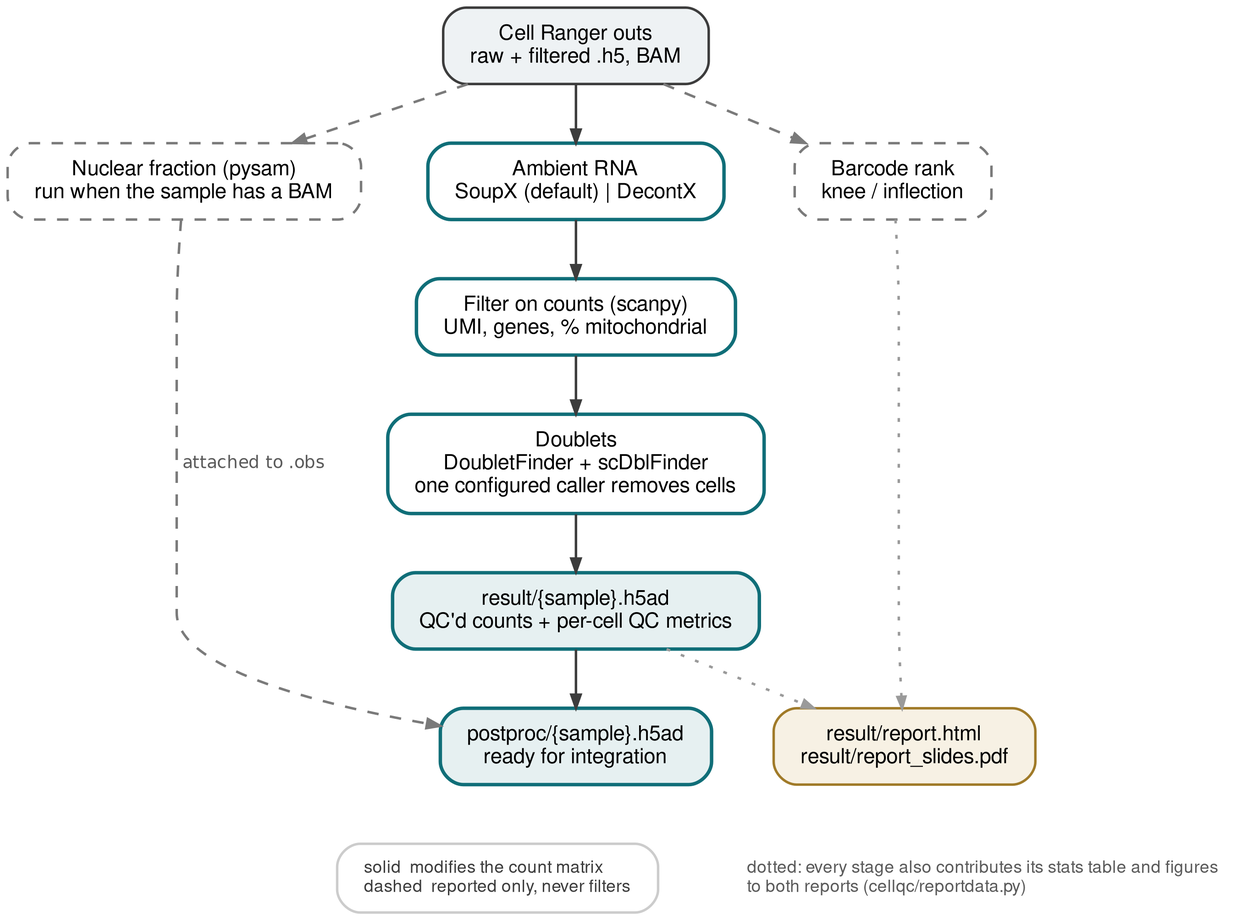
This is docs/workflow.png from lijinbio/cellqc, a Graphviz export, as it was before one commit. Its source is kept beside it as docs/workflow.dot. Source of this version:
```dot
/* cellqc v0.2.0 pipeline overview -- source for docs/workflow.png.
 *
 * Regenerate with docs/make_figures.sh (or: dot -Tpng -Gdpi=300 docs/workflow.dot
 * -o docs/workflow.png). Keeping the source in the repo is why the v0.1.0
 * diagram could go stale for a whole release: it existed only as a PNG.
 *
 * The one distinction the diagram has to carry is which steps touch the counts.
 * Solid = the count matrix is modified. Dashed = computed and reported, never
 * used to drop a cell.
 */
digraph cellqc {
	graph [bgcolor=white, rankdir=TB, nodesep=0.45, ranksep=0.40, fontname="Helvetica"];
	node [shape=box, style="rounded,filled", fillcolor="#ffffff", color="#3c3c3c",
		fontname="Helvetica", fontsize=11, penwidth=1.3, margin="0.20,0.11"];
	edge [color="#3c3c3c", penwidth=1.3, arrowsize=0.7];

	cr [label="Cell Ranger outs\nraw + filtered .h5, BAM", fillcolor="#eef2f4"];

	/* Counts path: each of these rewrites the matrix. */
	ambient [label="Ambient RNA\nSoupX (default) | DecontX", color="#106e78", penwidth=1.8];
	filter  [label="Filter on counts (scanpy)\nUMI, genes, % mitochondrial", color="#106e78", penwidth=1.8];
	doublet [label="Doublets\nDoubletFinder + scDblFinder\none configured caller removes cells",
		color="#106e78", penwidth=1.8];
	result  [label="result/{sample}.h5ad\nQC'd counts + per-cell QC metrics",
		fillcolor="#e6f0f1", color="#106e78", penwidth=1.8];
	post    [label="postproc/{sample}.h5ad\nready for integration",
		fillcolor="#e6f0f1", color="#106e78", penwidth=1.8];

	/* Diagnostics: reported, never applied. */
	knee [label="Barcode rank\nknee / inflection",
		style="rounded,dashed,filled", color="#7a7a7a"];
	nf   [label="Nuclear fraction (pysam)\nrun when the sample has a BAM",
		style="rounded,dashed,filled", color="#7a7a7a"];

	reports [label="result/report.html\nresult/report_slides.pdf",
		fillcolor="#f7f1e4", color="#a07a28"];

	/* Main chain, weighted so it stays a straight vertical spine. */
	cr -> ambient [weight=10];
	ambient -> filter [weight=10];
	filter -> doublet [weight=10];
	doublet -> result [weight=10];
	result -> post [weight=10];

	cr -> knee [style=dashed, color="#7a7a7a"];
	cr -> nf   [style=dashed, color="#7a7a7a"];
	nf -> post [style=dashed, color="#7a7a7a", label=" attached to .obs",
		fontsize=9, fontcolor="#5a5a5a"];

	/* Both reports are built from one collected set of stats, so the HTML and
	 * the slides cannot describe different runs. */
	result -> reports [style=dotted, color="#9a9a9a", arrowsize=0.6];
	knee   -> reports [style=dotted, color="#9a9a9a", arrowsize=0.6];

	note [shape=plaintext, style="", fontsize=9, fontcolor="#5a5a5a",
		label="dotted: every stage also contributes its stats table and figures\lto both reports (cellqc/reportdata.py)\l"];
	reports -> note [style=invis];

	legend [shape=box, style="rounded", color="#cccccc", fontsize=9, fontcolor="#3c3c3c",
		label="solid  modifies the count matrix\ldashed  reported only, never filters\l"];
	post -> legend [style=invis];

	{ rank=same; knee; ambient; nf; }
	{ rank=same; post; reports; }
	{ rank=same; legend; note; }
}
```
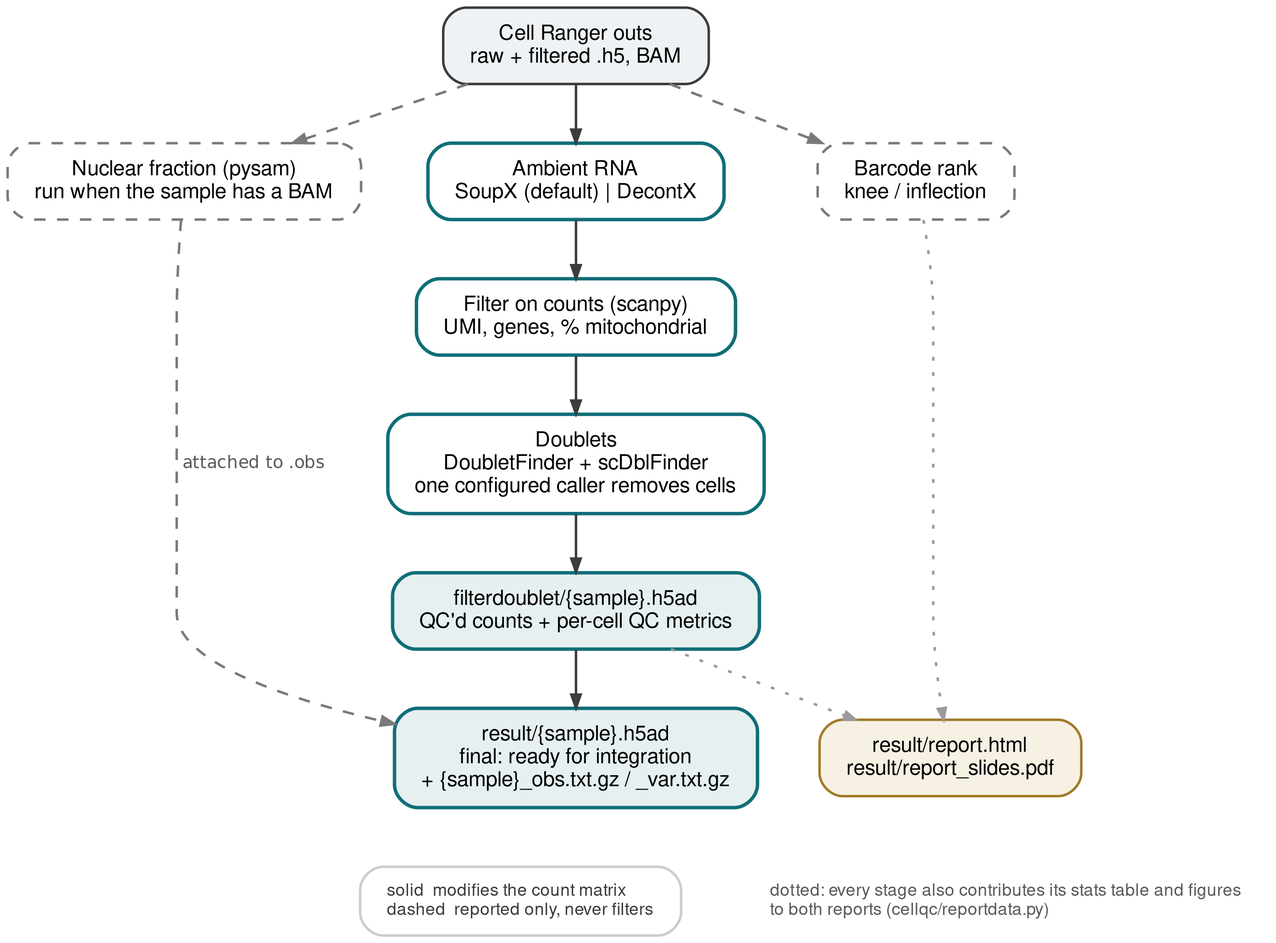
Later version of the same file.

What changed in the source:
```diff
@@ -21,9 +21,9 @@
 	filter  [label="Filter on counts (scanpy)\nUMI, genes, % mitochondrial", color="#106e78", penwidth=1.8];
 	doublet [label="Doublets\nDoubletFinder + scDblFinder\none configured caller removes cells",
 		color="#106e78", penwidth=1.8];
-	result  [label="result/{sample}.h5ad\nQC'd counts + per-cell QC metrics",
+	result  [label="filterdoublet/{sample}.h5ad\nQC'd counts + per-cell QC metrics",
 		fillcolor="#e6f0f1", color="#106e78", penwidth=1.8];
-	post    [label="postproc/{sample}.h5ad\nready for integration",
+	post    [label="result/{sample}.h5ad\nfinal: ready for integration\n+ {sample}_obs.txt.gz / _var.txt.gz",
 		fillcolor="#e6f0f1", color="#106e78", penwidth=1.8];
 
 	/* Diagnostics: reported, never applied. */
```
